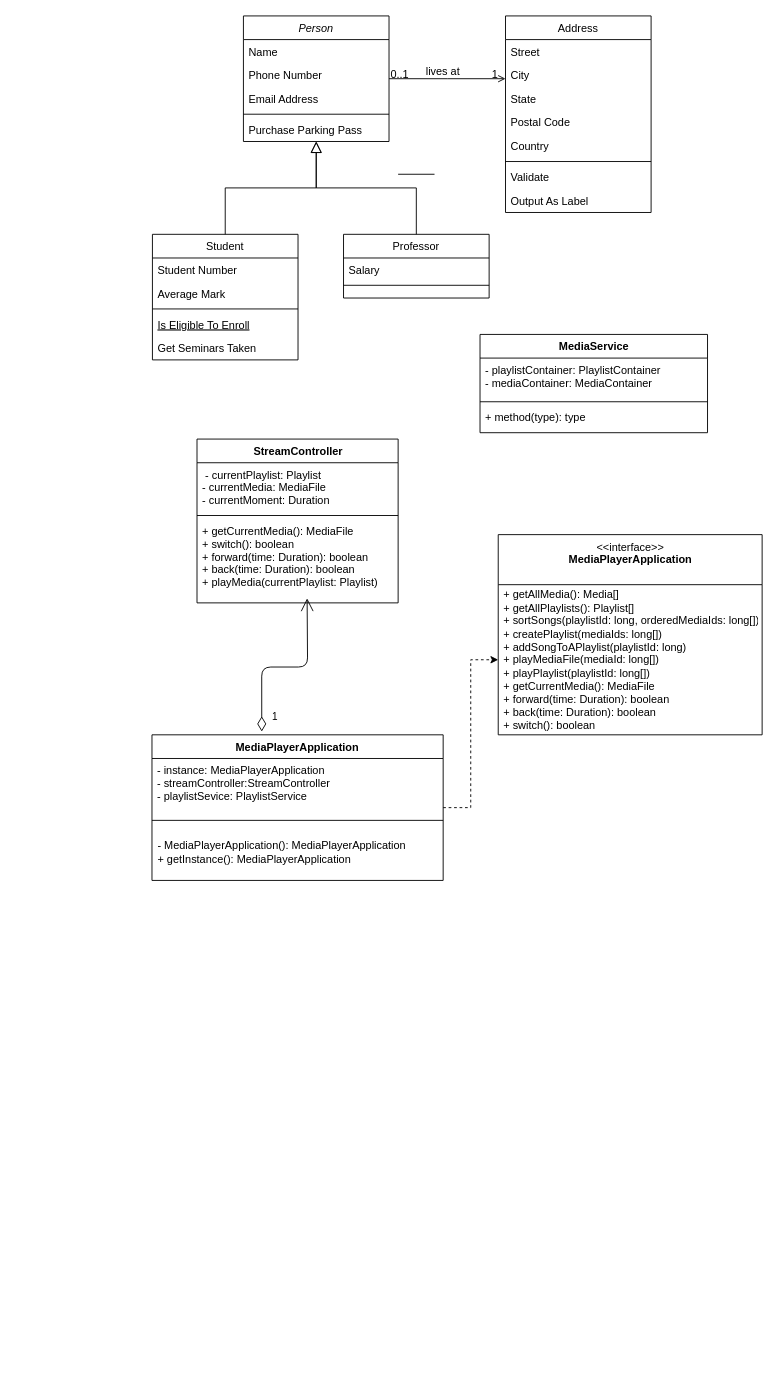
p50000/MediaPlayerSimulation keeps this draw.io diagram as Untitled Diagram.drawio. Above is the earlier version. Source tidied: cells renumbered, new cells numbered last; positions are measured from the earlier drawing's top-left corner, leaving out a move shared by most shapes. Both pictures are drawn from the tidied source at 91%, with x=0, y=0 at pixel (152, 15).
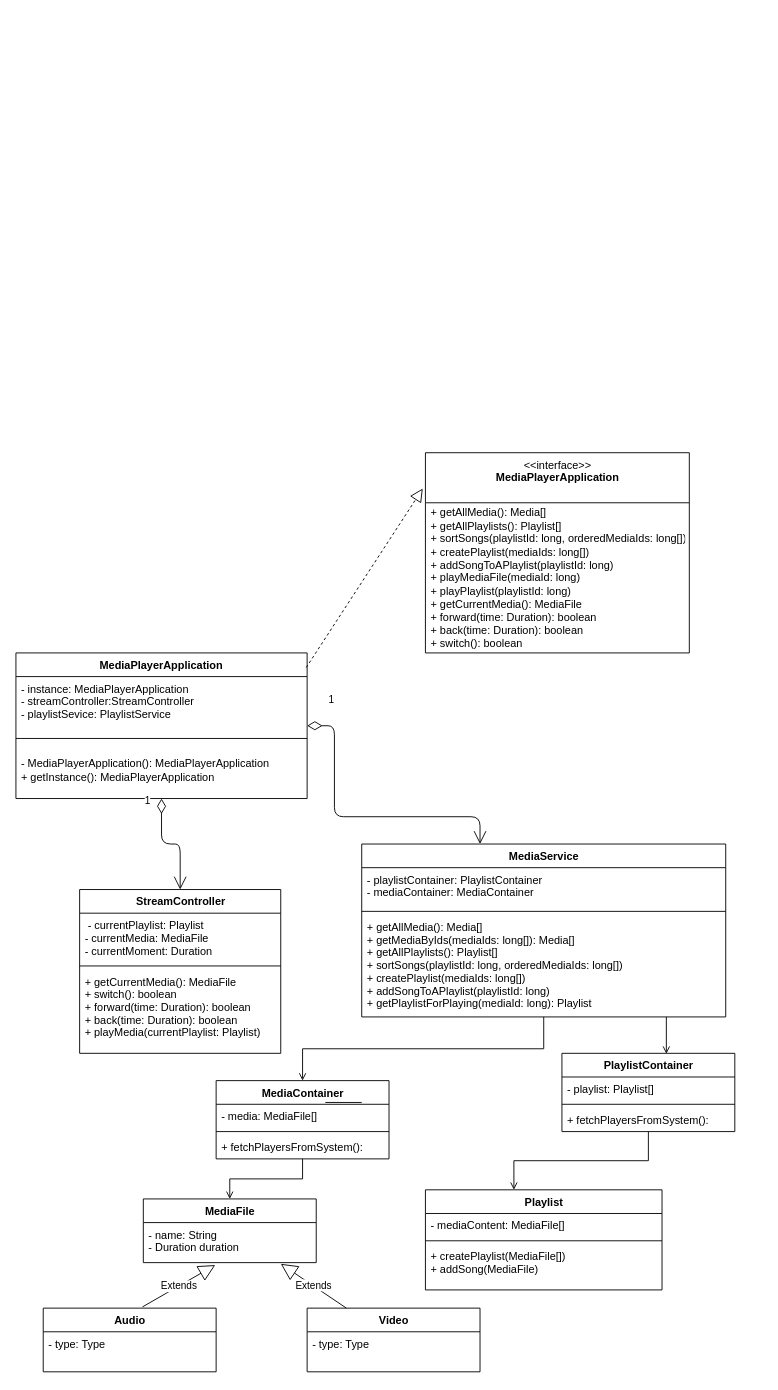
After the change.

Commit message:
MediaPlayer UML

Diff of the diagram source:
```diff
@@
-    <mxCell id="2" value="Person" style="swimlane;fontStyle=2;align=center;verticalAlign=top;horizontal=1;startSize=26;rounded=0;shadow=0;strokeWidth=1;" parent="1" vertex="1">
-      <mxGeometry x="100" width="160" height="138" as="geometry" />
-    </mxCell>
-    <mxCell id="3" value="Name" style="text;align=left;verticalAlign=top;spacingLeft=4;spacingRight=4;overflow=hidden;" parent="2" vertex="1">
-      <mxGeometry y="26" width="160" height="26" as="geometry" />
-    </mxCell>
-    <mxCell id="4" value="Phone Number" style="text;align=left;verticalAlign=top;spacingLeft=4;spacingRight=4;overflow=hidden;rounded=0;shadow=0;html=0;" parent="2" vertex="1">
-      <mxGeometry y="52" width="160" height="26" as="geometry" />
-    </mxCell>
-    <mxCell id="5" value="Email Address" style="text;align=left;verticalAlign=top;spacingLeft=4;spacingRight=4;overflow=hidden;rounded=0;shadow=0;html=0;" parent="2" vertex="1">
-      <mxGeometry y="78" width="160" height="26" as="geometry" />
-    </mxCell>
-    <mxCell id="6" style="line;html=1;strokeWidth=1;align=left;verticalAlign=middle;spacingTop=-1;spacingLeft=3;spacingRight=3;labelPosition=right;" parent="2" vertex="1">
-      <mxGeometry y="104" width="160" height="8" as="geometry" />
-    </mxCell>
-    <mxCell id="7" value="Purchase Parking Pass" style="text;align=left;verticalAlign=top;spacingLeft=4;spacingRight=4;overflow=hidden;" parent="2" vertex="1">
-      <mxGeometry y="112" width="160" height="26" as="geometry" />
-    </mxCell>
-    <mxCell id="8" value="Student" style="swimlane;fontStyle=0;align=center;verticalAlign=top;horizontal=1;startSize=26;rounded=0;shadow=0;strokeWidth=1;" parent="1" vertex="1">
-      <mxGeometry y="240" width="160" height="138" as="geometry" />
-    </mxCell>
-    <mxCell id="9" value="Student Number" style="text;align=left;verticalAlign=top;spacingLeft=4;spacingRight=4;overflow=hidden;" parent="8" vertex="1">
-      <mxGeometry y="26" width="160" height="26" as="geometry" />
-    </mxCell>
-    <mxCell id="10" value="Average Mark" style="text;align=left;verticalAlign=top;spacingLeft=4;spacingRight=4;overflow=hidden;rounded=0;shadow=0;html=0;" parent="8" vertex="1">
-      <mxGeometry y="52" width="160" height="26" as="geometry" />
-    </mxCell>
-    <mxCell id="11" style="line;html=1;strokeWidth=1;align=left;verticalAlign=middle;spacingTop=-1;spacingLeft=3;spacingRight=3;labelPosition=right;" parent="8" vertex="1">
-      <mxGeometry y="78" width="160" height="8" as="geometry" />
-    </mxCell>
-    <mxCell id="12" value="Is Eligible To Enroll" style="text;align=left;verticalAlign=top;spacingLeft=4;spacingRight=4;overflow=hidden;fontStyle=4;" parent="8" vertex="1">
-      <mxGeometry y="86" width="160" height="26" as="geometry" />
-    </mxCell>
-    <mxCell id="13" value="Get Seminars Taken" style="text;align=left;verticalAlign=top;spacingLeft=4;spacingRight=4;overflow=hidden;" parent="8" vertex="1">
-      <mxGeometry y="112" width="160" height="26" as="geometry" />
-    </mxCell>
-    <mxCell id="14" style="endArrow=block;endSize=10;endFill=0;shadow=0;strokeWidth=1;rounded=0;edgeStyle=elbowEdgeStyle;elbow=vertical;" parent="1" edge="1" source="8" target="2">
-      <mxGeometry relative="1" as="geometry" />
-    </mxCell>
-    <mxCell id="15" value="Professor" style="swimlane;fontStyle=0;align=center;verticalAlign=top;horizontal=1;startSize=26;rounded=0;shadow=0;strokeWidth=1;" parent="1" vertex="1">
-      <mxGeometry x="210" y="240" width="160" height="70" as="geometry" />
-    </mxCell>
-    <mxCell id="16" value="Salary" style="text;align=left;verticalAlign=top;spacingLeft=4;spacingRight=4;overflow=hidden;" parent="15" vertex="1">
-      <mxGeometry y="26" width="160" height="26" as="geometry" />
-    </mxCell>
-    <mxCell id="17" style="line;html=1;strokeWidth=1;align=left;verticalAlign=middle;spacingTop=-1;spacingLeft=3;spacingRight=3;labelPosition=right;" parent="15" vertex="1">
-      <mxGeometry y="52" width="160" height="8" as="geometry" />
-    </mxCell>
-    <mxCell id="18" style="endArrow=block;endSize=10;endFill=0;shadow=0;strokeWidth=1;rounded=0;edgeStyle=elbowEdgeStyle;elbow=vertical;" parent="1" edge="1" source="15" target="2">
-      <mxGeometry relative="1" as="geometry" />
-    </mxCell>
-    <mxCell id="19" value="Address" style="swimlane;fontStyle=0;align=center;verticalAlign=top;horizontal=1;startSize=26;rounded=0;shadow=0;strokeWidth=1;" parent="1" vertex="1">
-      <mxGeometry x="388" width="160" height="216" as="geometry" />
-    </mxCell>
-    <mxCell id="20" value="Street" style="text;align=left;verticalAlign=top;spacingLeft=4;spacingRight=4;overflow=hidden;" parent="19" vertex="1">
-      <mxGeometry y="26" width="160" height="26" as="geometry" />
-    </mxCell>
-    <mxCell id="21" value="City" style="text;align=left;verticalAlign=top;spacingLeft=4;spacingRight=4;overflow=hidden;rounded=0;shadow=0;html=0;" parent="19" vertex="1">
-      <mxGeometry y="52" width="160" height="26" as="geometry" />
-    </mxCell>
-    <mxCell id="22" value="State" style="text;align=left;verticalAlign=top;spacingLeft=4;spacingRight=4;overflow=hidden;rounded=0;shadow=0;html=0;" parent="19" vertex="1">
-      <mxGeometry y="78" width="160" height="26" as="geometry" />
-    </mxCell>
-    <mxCell id="23" value="Postal Code" style="text;align=left;verticalAlign=top;spacingLeft=4;spacingRight=4;overflow=hidden;rounded=0;shadow=0;html=0;" parent="19" vertex="1">
-      <mxGeometry y="104" width="160" height="26" as="geometry" />
-    </mxCell>
-    <mxCell id="24" value="Country" style="text;align=left;verticalAlign=top;spacingLeft=4;spacingRight=4;overflow=hidden;rounded=0;shadow=0;html=0;" parent="19" vertex="1">
-      <mxGeometry y="130" width="160" height="26" as="geometry" />
-    </mxCell>
-    <mxCell id="25" style="line;html=1;strokeWidth=1;align=left;verticalAlign=middle;spacingTop=-1;spacingLeft=3;spacingRight=3;labelPosition=right;" parent="19" vertex="1">
-      <mxGeometry y="156" width="160" height="8" as="geometry" />
-    </mxCell>
-    <mxCell id="26" value="Validate" style="text;align=left;verticalAlign=top;spacingLeft=4;spacingRight=4;overflow=hidden;" parent="19" vertex="1">
-      <mxGeometry y="164" width="160" height="26" as="geometry" />
-    </mxCell>
-    <mxCell id="27" value="Output As Label" style="text;align=left;verticalAlign=top;spacingLeft=4;spacingRight=4;overflow=hidden;" parent="19" vertex="1">
-      <mxGeometry y="190" width="160" height="26" as="geometry" />
-    </mxCell>
-    <mxCell id="28" style="endArrow=open;shadow=0;strokeWidth=1;rounded=0;endFill=1;edgeStyle=elbowEdgeStyle;elbow=vertical;" parent="1" edge="1" source="2" target="19">
-      <mxGeometry x="0.5" y="41" relative="1" as="geometry">
-        <mxPoint x="-40" y="32" as="offset" />
-      </mxGeometry>
-    </mxCell>
-    <mxCell id="29" value="0..1" style="align=left;verticalAlign=bottom;labelBackgroundColor=none;fontSize=12;" parent="28" vertex="1">
-      <mxGeometry x="-1" relative="1" as="geometry">
-        <mxPoint y="4" as="offset" />
-      </mxGeometry>
-    </mxCell>
-    <mxCell id="30" value="1" style="align=right;verticalAlign=bottom;labelBackgroundColor=none;fontSize=12;" parent="28" vertex="1">
-      <mxGeometry x="1" relative="1" as="geometry">
-        <mxPoint x="-7" y="4" as="offset" />
-      </mxGeometry>
-    </mxCell>
-    <mxCell id="31" value="lives at" style="text;html=1;align=center;verticalAlign=middle;labelBackgroundColor=none;rounded=0;shadow=0;strokeWidth=1;fontSize=12;" parent="28" vertex="1">
-      <mxGeometry x="0.5" y="49" relative="1" as="geometry">
-        <mxPoint x="-38" y="40" as="offset" />
-      </mxGeometry>
-    </mxCell>
-    <mxCell id="32" style="line;strokeWidth=1;fillColor=none;align=left;verticalAlign=middle;spacingTop=-1;spacingLeft=3;spacingRight=3;labelPosition=right;" parent="1" vertex="1">
-      <mxGeometry x="270" y="170" width="40" height="8" as="geometry" />
-    </mxCell>
-    <mxCell id="33" style="edgeStyle=orthogonalEdgeStyle;rounded=0;jettySize=auto;html=1;entryX=0;entryY=0.5;entryDx=0;entryDy=0;dashed=1;" parent="1" edge="1" source="34" target="39">
-      <mxGeometry relative="1" as="geometry" />
-    </mxCell>
     <mxCell id="34" value="MediaPlayerApplication" style="swimlane;fontStyle=1;align=center;verticalAlign=top;horizontal=1;startSize=26;" parent="1" vertex="1">
-      <mxGeometry x="-0.5" y="790" width="320" height="160" as="geometry" />
+      <mxGeometry x="-150" y="700" width="320" height="160" as="geometry" />
     </mxCell>
@@
     <mxCell id="38" value="&amp;lt;&amp;lt;interface&amp;gt;&amp;gt;&lt;br&gt;&lt;b&gt;MediaPlayerApplication&lt;/b&gt;" style="swimlane;fontStyle=0;align=center;verticalAlign=top;horizontal=1;startSize=55;html=1;strokeColor=#000000;" parent="1" vertex="1">
-      <mxGeometry x="380" y="570" width="290" height="220" as="geometry" />
+      <mxGeometry x="300" y="480" width="290" height="220" as="geometry" />
     </mxCell>
-    <mxCell id="39" value="+ getAllMedia(): Media[]&lt;br&gt;+ getAllPlaylists(): Playlist[]&lt;br&gt;+ sortSongs(playlistId: long, orderedMediaIds: long[])&lt;br&gt;+ createPlaylist(mediaIds: long[])&lt;br&gt;+ addSongToAPlaylist(playlistId: long)&lt;br&gt;+ playMediaFile(mediaId: long[])&lt;br&gt;+ playPlaylist(playlistId: long[])&lt;br&gt;+ getCurrentMedia(): MediaFile&lt;br&gt;+ forward(time: Duration): boolean&lt;br&gt;+ back(time: Duration): boolean&lt;br&gt;+ switch(): boolean" style="text;html=1;strokeColor=none;fillColor=none;align=left;verticalAlign=middle;spacingLeft=4;spacingRight=4;overflow=hidden;points=[[0,0.5],[1,0.5]];portConstraint=eastwest;" parent="38" vertex="1">
+    <mxCell id="39" value="+ getAllMedia(): Media[]&lt;br&gt;+ getAllPlaylists(): Playlist[]&lt;br&gt;+ sortSongs(playlistId: long, orderedMediaIds: long[])&lt;br&gt;+ createPlaylist(mediaIds: long[])&lt;br&gt;+ addSongToAPlaylist(playlistId: long)&lt;br&gt;+ playMediaFile(mediaId: long)&lt;br&gt;+ playPlaylist(playlistId: long)&lt;br&gt;+ getCurrentMedia(): MediaFile&lt;br&gt;+ forward(time: Duration): boolean&lt;br&gt;+ back(time: Duration): boolean&lt;br&gt;+ switch(): boolean" style="text;html=1;strokeColor=none;fillColor=none;align=left;verticalAlign=middle;spacingLeft=4;spacingRight=4;overflow=hidden;points=[[0,0.5],[1,0.5]];portConstraint=eastwest;" parent="38" vertex="1">
       <mxGeometry y="55" width="290" height="165" as="geometry" />
     </mxCell>
     <mxCell id="40" value="StreamController" style="swimlane;fontStyle=1;align=center;verticalAlign=top;horizontal=1;startSize=26;strokeColor=#000000;html=1;" parent="1" vertex="1">
-      <mxGeometry x="49" y="465" width="221" height="180" as="geometry" />
+      <mxGeometry x="-80" y="960" width="221" height="180" as="geometry" />
     </mxCell>
@@
-    <mxCell id="44" value="1" style="endArrow=open;html=1;endSize=12;startArrow=diamondThin;startSize=14;startFill=0;edgeStyle=orthogonalEdgeStyle;align=left;verticalAlign=bottom;exitX=0.377;exitY=-0.022;exitDx=0;exitDy=0;exitPerimeter=0;" parent="1" edge="1" source="34">
-      <mxGeometry x="-0.93" y="-10" relative="1" as="geometry">
-        <mxPoint x="170" y="640" as="targetPoint" />
-      </mxGeometry>
+    <mxCell id="44" value="1" style="endArrow=open;html=1;endSize=12;startArrow=diamondThin;startSize=14;startFill=0;edgeStyle=orthogonalEdgeStyle;align=left;verticalAlign=bottom;" parent="1" edge="1" source="34" target="40">
+      <mxGeometry x="-0.81" y="-20" relative="1" as="geometry" />
     </mxCell>
+    <mxCell id="49" style="edgeStyle=orthogonalEdgeStyle;rounded=0;jettySize=auto;html=1;entryX=0.604;entryY=0.006;entryDx=0;entryDy=0;entryPerimeter=0;startArrow=none;startFill=0;endArrow=open;endFill=0;strokeWidth=1;" parent="1" edge="1" source="45" target="52">
+      <mxGeometry relative="1" as="geometry">
+        <Array as="points">
+          <mxPoint x="630" y="1100" />
+          <mxPoint x="565" y="1100" />
+        </Array>
+      </mxGeometry>
+    </mxCell>
+    <mxCell id="50" style="edgeStyle=orthogonalEdgeStyle;rounded=0;jettySize=auto;html=1;startArrow=none;startFill=0;endArrow=open;endFill=0;strokeWidth=1;" parent="1" edge="1" source="45" target="57">
+      <mxGeometry relative="1" as="geometry" />
+    </mxCell>
     <mxCell id="45" value="MediaService" style="swimlane;fontStyle=1;align=center;verticalAlign=top;horizontal=1;startSize=26;strokeColor=#000000;html=1;" parent="1" vertex="1">
-      <mxGeometry x="360" y="350" width="250" height="108" as="geometry" />
+      <mxGeometry x="230" y="910" width="400" height="190" as="geometry" />
     </mxCell>
     <mxCell id="46" value="- playlistContainer: PlaylistContainer&#10;- mediaContainer: MediaContainer" style="text;strokeColor=none;fillColor=none;align=left;verticalAlign=top;spacingLeft=4;spacingRight=4;overflow=hidden;" parent="45" vertex="1">
-      <mxGeometry y="26" width="250" height="44" as="geometry" />
+      <mxGeometry y="26" width="400" height="44" as="geometry" />
     </mxCell>
     <mxCell id="47" style="line;strokeWidth=1;fillColor=none;align=left;verticalAlign=middle;spacingTop=-1;spacingLeft=3;spacingRight=3;labelPosition=right;" parent="45" vertex="1">
-      <mxGeometry y="70" width="250" height="8" as="geometry" />
+      <mxGeometry y="70" width="400" height="8" as="geometry" />
     </mxCell>
-    <mxCell id="48" value="+ method(type): type" style="text;strokeColor=none;fillColor=none;align=left;verticalAlign=top;spacingLeft=4;spacingRight=4;overflow=hidden;" parent="45" vertex="1">
-      <mxGeometry y="78" width="250" height="30" as="geometry" />
+    <mxCell id="48" value="+ getAllMedia(): Media[]&#10;+ getMediaByIds(mediaIds: long[]): Media[]&#10;+ getAllPlaylists(): Playlist[]&#10;+ sortSongs(playlistId: long, orderedMediaIds: long[])&#10;+ createPlaylist(mediaIds: long[])&#10;+ addSongToAPlaylist(playlistId: long)&#10;+ getPlaylistForPlaying(mediaId: long): Playlist" style="text;strokeColor=none;fillColor=none;align=left;verticalAlign=top;spacingLeft=4;spacingRight=4;overflow=hidden;" parent="45" vertex="1">
+      <mxGeometry y="78" width="400" height="112" as="geometry" />
     </mxCell>
+    <mxCell id="30" value="1" style="endArrow=open;html=1;endSize=12;startArrow=diamondThin;startSize=14;startFill=0;edgeStyle=orthogonalEdgeStyle;align=left;verticalAlign=bottom;" parent="1" edge="1" source="34" target="45">
+      <mxGeometry x="-0.86" y="20" relative="1" as="geometry">
+        <Array as="points">
+          <mxPoint x="200" y="880" />
+          <mxPoint x="360" y="880" />
+        </Array>
+      </mxGeometry>
+    </mxCell>
+    <mxCell id="51" style="edgeStyle=orthogonalEdgeStyle;rounded=0;jettySize=auto;html=1;entryX=0.374;entryY=0;entryDx=0;entryDy=0;startArrow=none;startFill=0;endArrow=open;endFill=0;strokeWidth=1;entryPerimeter=0;" parent="1" edge="1" source="52" target="71">
+      <mxGeometry relative="1" as="geometry" />
+    </mxCell>
+    <mxCell id="52" value="PlaylistContainer" style="swimlane;fontStyle=1;align=center;verticalAlign=top;horizontal=1;startSize=26;strokeColor=#000000;html=1;" parent="1" vertex="1">
+      <mxGeometry x="450" y="1140" width="190" height="86" as="geometry" />
+    </mxCell>
+    <mxCell id="53" value="- playlist: Playlist[]" style="text;strokeColor=none;fillColor=none;align=left;verticalAlign=top;spacingLeft=4;spacingRight=4;overflow=hidden;" parent="52" vertex="1">
+      <mxGeometry y="26" width="190" height="26" as="geometry" />
+    </mxCell>
+    <mxCell id="54" style="line;strokeWidth=1;fillColor=none;align=left;verticalAlign=middle;spacingTop=-1;spacingLeft=3;spacingRight=3;labelPosition=right;" parent="52" vertex="1">
+      <mxGeometry y="52" width="190" height="8" as="geometry" />
+    </mxCell>
+    <mxCell id="55" value="+ fetchPlayersFromSystem(): " style="text;strokeColor=none;fillColor=none;align=left;verticalAlign=top;spacingLeft=4;spacingRight=4;overflow=hidden;" parent="52" vertex="1">
+      <mxGeometry y="60" width="190" height="26" as="geometry" />
+    </mxCell>
+    <mxCell id="56" style="edgeStyle=orthogonalEdgeStyle;rounded=0;jettySize=auto;html=1;startArrow=none;startFill=0;endArrow=open;endFill=0;strokeWidth=1;" parent="1" edge="1" source="57" target="61">
+      <mxGeometry relative="1" as="geometry" />
+    </mxCell>
+    <mxCell id="57" value="MediaContainer" style="swimlane;fontStyle=1;align=center;verticalAlign=top;horizontal=1;startSize=26;strokeColor=#000000;html=1;" parent="1" vertex="1">
+      <mxGeometry x="70" y="1170" width="190" height="86" as="geometry" />
+    </mxCell>
+    <mxCell id="58" value="- media: MediaFile[]" style="text;strokeColor=none;fillColor=none;align=left;verticalAlign=top;spacingLeft=4;spacingRight=4;overflow=hidden;" parent="57" vertex="1">
+      <mxGeometry y="26" width="190" height="26" as="geometry" />
+    </mxCell>
+    <mxCell id="59" style="line;strokeWidth=1;fillColor=none;align=left;verticalAlign=middle;spacingTop=-1;spacingLeft=3;spacingRight=3;labelPosition=right;" parent="57" vertex="1">
+      <mxGeometry y="52" width="190" height="8" as="geometry" />
+    </mxCell>
+    <mxCell id="60" value="+ fetchPlayersFromSystem(): " style="text;strokeColor=none;fillColor=none;align=left;verticalAlign=top;spacingLeft=4;spacingRight=4;overflow=hidden;" parent="57" vertex="1">
+      <mxGeometry y="60" width="190" height="26" as="geometry" />
+    </mxCell>
+    <mxCell id="61" value="MediaFile" style="swimlane;fontStyle=1;align=center;verticalAlign=top;horizontal=1;startSize=26;strokeColor=#000000;html=1;" parent="1" vertex="1">
+      <mxGeometry x="-10" y="1300" width="190" height="70" as="geometry" />
+    </mxCell>
+    <mxCell id="62" value="- name: String&#10;- Duration duration" style="text;strokeColor=none;fillColor=none;align=left;verticalAlign=top;spacingLeft=4;spacingRight=4;overflow=hidden;points=[[0,0.5],[1,0.5]];portConstraint=eastwest;" parent="61" vertex="1">
+      <mxGeometry y="26" width="190" height="44" as="geometry" />
+    </mxCell>
+    <mxCell id="63" style="line;strokeWidth=1;fillColor=none;align=left;verticalAlign=middle;spacingTop=-1;spacingLeft=3;spacingRight=3;labelPosition=right;html=1;" parent="1" vertex="1">
+      <mxGeometry x="190" y="1190" width="40" height="8" as="geometry" />
+    </mxCell>
+    <mxCell id="64" value="Audio" style="swimlane;fontStyle=1;align=center;verticalAlign=top;horizontal=1;startSize=26;strokeColor=#000000;html=1;" parent="1" vertex="1">
+      <mxGeometry x="-120" y="1420" width="190" height="70" as="geometry" />
+    </mxCell>
+    <mxCell id="65" value="- type: Type" style="text;strokeColor=none;fillColor=none;align=left;verticalAlign=top;spacingLeft=4;spacingRight=4;overflow=hidden;" parent="64" vertex="1">
+      <mxGeometry y="26" width="190" height="44" as="geometry" />
+    </mxCell>
+    <mxCell id="66" value="Video" style="swimlane;fontStyle=1;align=center;verticalAlign=top;horizontal=1;startSize=26;strokeColor=#000000;html=1;" parent="1" vertex="1">
+      <mxGeometry x="170" y="1420" width="190" height="70" as="geometry" />
+    </mxCell>
+    <mxCell id="67" value="- type: Type" style="text;strokeColor=none;fillColor=none;align=left;verticalAlign=top;spacingLeft=4;spacingRight=4;overflow=hidden;" parent="66" vertex="1">
+      <mxGeometry y="26" width="190" height="44" as="geometry" />
+    </mxCell>
+    <mxCell id="68" style="endArrow=block;dashed=1;endFill=0;endSize=12;html=1;strokeWidth=1;entryX=-0.01;entryY=0.179;entryDx=0;entryDy=0;entryPerimeter=0;exitX=0.997;exitY=0.1;exitDx=0;exitDy=0;exitPerimeter=0;" parent="1" edge="1" source="34" target="38">
+      <mxGeometry relative="1" as="geometry" />
+    </mxCell>
+    <mxCell id="69" value="Extends" style="endArrow=block;endSize=16;endFill=0;html=1;strokeWidth=1;entryX=0.795;entryY=1.03;entryDx=0;entryDy=0;entryPerimeter=0;" parent="1" edge="1" source="66" target="62">
+      <mxGeometry relative="1" as="geometry" />
+    </mxCell>
+    <mxCell id="70" value="Extends" style="endArrow=block;endSize=16;endFill=0;html=1;strokeWidth=1;entryX=0.416;entryY=1.061;entryDx=0;entryDy=0;entryPerimeter=0;exitX=0.574;exitY=-0.019;exitDx=0;exitDy=0;exitPerimeter=0;" parent="1" edge="1" source="64" target="62">
+      <mxGeometry relative="1" as="geometry" />
+    </mxCell>
+    <mxCell id="71" value="Playlist" style="swimlane;fontStyle=1;align=center;verticalAlign=top;horizontal=1;startSize=26;strokeColor=#000000;html=1;" parent="1" vertex="1">
+      <mxGeometry x="300" y="1290" width="260" height="110" as="geometry" />
+    </mxCell>
+    <mxCell id="72" value="- mediaContent: MediaFile[]" style="text;strokeColor=none;fillColor=none;align=left;verticalAlign=top;spacingLeft=4;spacingRight=4;overflow=hidden;" parent="71" vertex="1">
+      <mxGeometry y="26" width="260" height="26" as="geometry" />
+    </mxCell>
+    <mxCell id="73" style="line;strokeWidth=1;fillColor=none;align=left;verticalAlign=middle;spacingTop=-1;spacingLeft=3;spacingRight=3;labelPosition=right;" parent="71" vertex="1">
+      <mxGeometry y="52" width="260" height="8" as="geometry" />
+    </mxCell>
+    <mxCell id="74" value="+ createPlaylist(MediaFile[])&#10;+ addSong(MediaFile)" style="text;strokeColor=none;fillColor=none;align=left;verticalAlign=top;spacingLeft=4;spacingRight=4;overflow=hidden;" parent="71" vertex="1">
+      <mxGeometry y="60" width="260" height="50" as="geometry" />
+    </mxCell>
```
